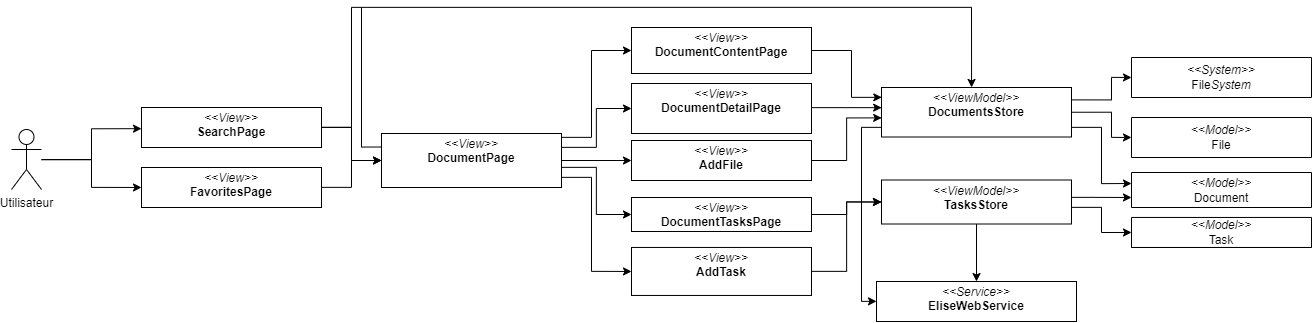
The draw.io diagram images_pfe/dca_sprint3.png in PFE-Neoledge-2023/rapport, before a commit. Source tidied: cells renumbered, new cells last; positions are measured from the earlier drawing's top-left corner, leaving out a move shared by most shapes.
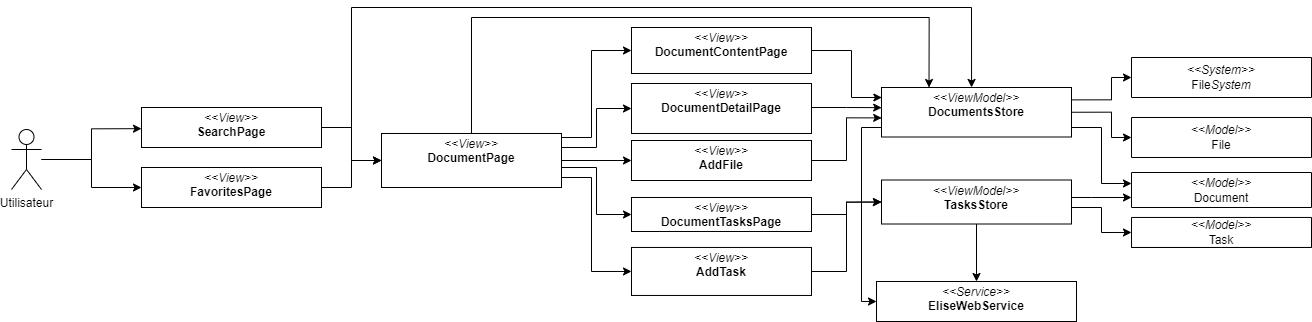
The same file after the commit.

Diff of the diagram source:
```diff
@@ -73,11 +73,14 @@
         </Array>
       </mxGeometry>
     </mxCell>
-    <mxCell id="15" style="edgeStyle=orthogonalEdgeStyle;rounded=0;html=1;exitX=0;exitY=0.25;exitDx=0;exitDy=0;startArrow=none;startFill=0;endArrow=none;endFill=0;" parent="1" edge="1" source="16">
-      <mxGeometry relative="1" as="geometry">
-        <mxPoint x="350" as="targetPoint" />
-      </mxGeometry>
-    </mxCell>
+    <mxCell id="41" style="edgeStyle=orthogonalEdgeStyle;rounded=0;html=1;exitX=0.5;exitY=0;exitDx=0;exitDy=0;entryX=0.25;entryY=0;entryDx=0;entryDy=0;" parent="1" edge="1" source="16" target="31">
+      <mxGeometry relative="1" as="geometry">
+        <Array as="points">
+          <mxPoint x="460" y="10" />
+          <mxPoint x="918" y="10" />
+        </Array>
+      </mxGeometry>
+    </mxCell>
     <mxCell id="16" value="&lt;p style=&quot;margin:0px;margin-top:4px;text-align:center;&quot;&gt;&lt;i&gt;&amp;lt;&amp;lt;View&amp;gt;&amp;gt;&lt;/i&gt;&lt;br&gt;&lt;b&gt;DocumentPage&lt;/b&gt;&lt;br&gt;&lt;/p&gt;&lt;p style=&quot;border-color: var(--border-color); margin: 0px 0px 0px 4px;&quot;&gt;&lt;br&gt;&lt;/p&gt;" style="verticalAlign=top;align=left;overflow=fill;fontSize=12;fontFamily=Helvetica;html=1;whiteSpace=wrap;" parent="1" vertex="1">
       <mxGeometry x="370" y="126" width="180" height="54" as="geometry" />
     </mxCell>
```
